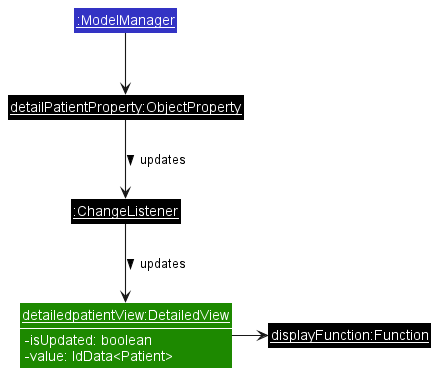
Above: docs/images/UiDetailedViewPatientObjectDiagram.png in nus-cs2103-AY2223S2/tp (PlantUML), before the change.
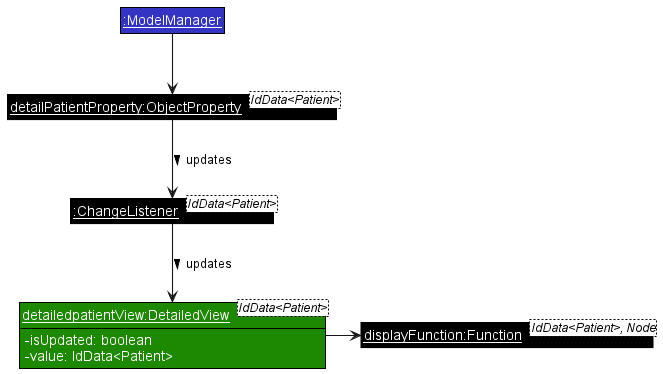
After the commit.

Change to the diagram source:
```diff
@@ -5,17 +5,17 @@
 
 skinparam arrowThickness 1.1
 
-Class "<u>detailedpatientView:DetailedView</u>" as DetailedView UI_COLOR {
+Class "<u>detailedpatientView:DetailedView</u><IdData<Patient>>" as DetailedView UI_COLOR {
     -isUpdated: boolean
     -value: IdData<Patient>
 }
 show DetailedView fields
 
-Class "<u>displayFunction:Function</u>" as Function #000000
+Class "<u>displayFunction:Function</u><IdData<Patient>, Node>" as Function #000000
 
-Class "<u>:ChangeListener</u>" as ChangeListener #000000
+Class "<u>:ChangeListener</u><IdData<Patient>>" as ChangeListener #000000
 
-Class "<u>detailPatientProperty:ObjectProperty</u>" as ObjectProperty #000000
+Class "<u>detailPatientProperty:ObjectProperty</u><IdData<Patient>>" as ObjectProperty #000000
 Class "<u>:ModelManager</u>" as ModelManager LOGIC_COLOR
 
 ModelManager -down-> ObjectProperty
```
